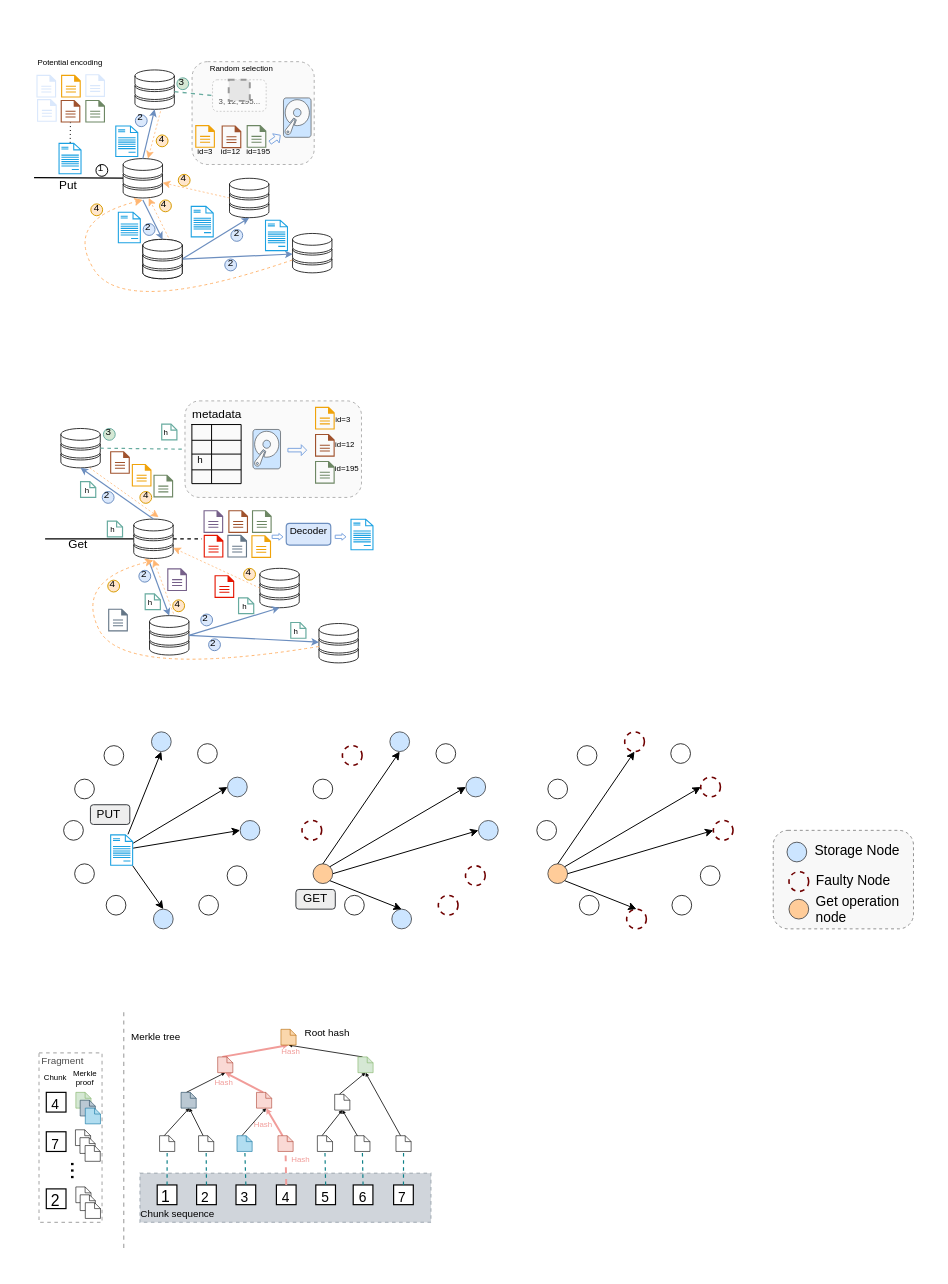
sgdxbc/dddht-paper keeps this draw.io diagram as figures/figures.drawio. Above is the earlier version. Source tidied: cells renumbered, new cells numbered last; positions are measured from the earlier drawing's top-left corner, leaving out a move shared by most shapes. Both pictures are drawn from the tidied source at 197%, with x=0, y=0 at pixel (35, 33). Pictures stored in the file or linked from it are replaced by grey dashed boxes.
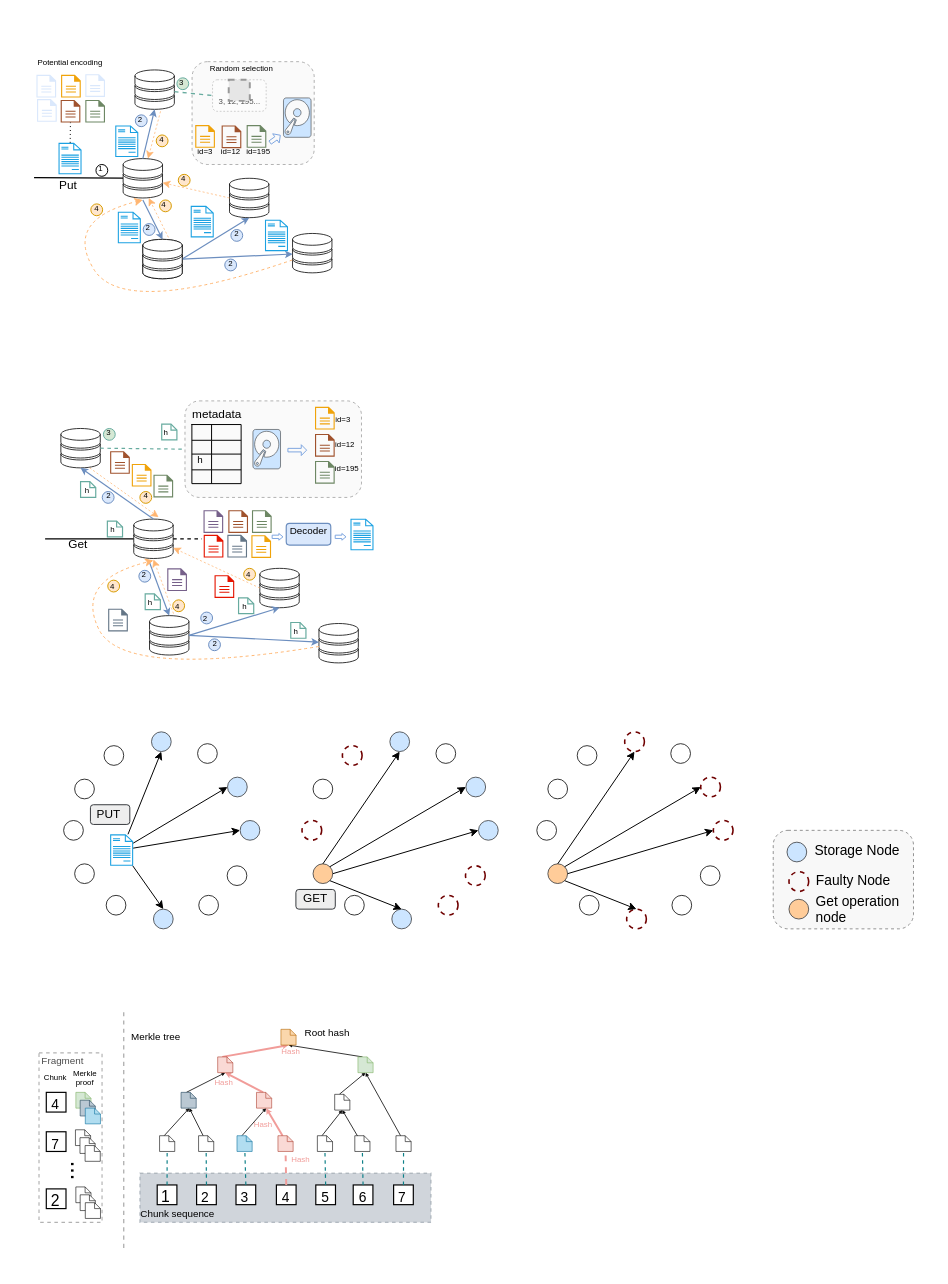
After the change.

Commit message (it also covers changes not shown here):
Update put and get figures

What changed in the source:
```diff
@@
-    <mxCell id="222" value="&lt;font style=&quot;font-size: 5px;&quot;&gt;1&lt;/font&gt;" style="text;html=1;align=center;verticalAlign=middle;whiteSpace=wrap;rounded=0;" parent="1" vertex="1">
-      <mxGeometry x="30.3" y="64" width="6" height="3" as="geometry" />
+    <mxCell id="222" value="&lt;font style=&quot;font-size: 4px;&quot;&gt;1&lt;/font&gt;" style="text;html=1;align=center;verticalAlign=middle;whiteSpace=wrap;rounded=0;fontSize=4;" parent="1" vertex="1">
+      <mxGeometry x="30.3" y="67" width="6" height="3" as="geometry" />
     </mxCell>
@@
-    <mxCell id="225" value="&lt;span style=&quot;font-size: 5px;&quot;&gt;2&lt;/span&gt;" style="text;html=1;align=center;verticalAlign=middle;whiteSpace=wrap;rounded=0;" parent="1" vertex="1">
-      <mxGeometry x="54.3" y="94" width="6" height="3" as="geometry" />
+    <mxCell id="225" value="&lt;span style=&quot;font-size: 4px;&quot;&gt;2&lt;/span&gt;" style="text;html=1;align=center;verticalAlign=middle;whiteSpace=wrap;rounded=0;fontSize=4;" parent="1" vertex="1">
+      <mxGeometry x="54.3" y="97" width="6" height="3" as="geometry" />
     </mxCell>
@@
-    <mxCell id="227" value="&lt;span style=&quot;font-size: 5px;&quot;&gt;2&lt;/span&gt;" style="text;html=1;align=center;verticalAlign=middle;whiteSpace=wrap;rounded=0;" parent="1" vertex="1">
-      <mxGeometry x="95.8" y="112.5" width="6" height="3" as="geometry" />
+    <mxCell id="227" value="&lt;span style=&quot;font-size: 4px;&quot;&gt;2&lt;/span&gt;" style="text;html=1;align=center;verticalAlign=middle;whiteSpace=wrap;rounded=0;fontSize=4;" parent="1" vertex="1">
+      <mxGeometry x="95.8" y="115.5" width="6" height="3" as="geometry" />
     </mxCell>
@@
-    <mxCell id="229" value="&lt;span style=&quot;font-size: 5px;&quot;&gt;2&lt;/span&gt;" style="text;html=1;align=center;verticalAlign=middle;whiteSpace=wrap;rounded=0;" parent="1" vertex="1">
-      <mxGeometry x="98.5" y="97" width="6" height="3" as="geometry" />
+    <mxCell id="229" value="&lt;span style=&quot;font-size: 4px;&quot;&gt;2&lt;/span&gt;" style="text;html=1;align=center;verticalAlign=middle;whiteSpace=wrap;rounded=0;fontSize=4;" parent="1" vertex="1">
+      <mxGeometry x="98.5" y="100" width="6" height="3" as="geometry" />
     </mxCell>
@@
-    <mxCell id="231" value="&lt;span style=&quot;font-size: 5px;&quot;&gt;2&lt;/span&gt;" style="text;html=1;align=center;verticalAlign=middle;whiteSpace=wrap;rounded=0;" parent="1" vertex="1">
-      <mxGeometry x="50" y="38.8" width="6" height="3" as="geometry" />
+    <mxCell id="231" value="&lt;span style=&quot;font-size: 4px;&quot;&gt;2&lt;/span&gt;" style="text;html=1;align=center;verticalAlign=middle;whiteSpace=wrap;rounded=0;fontSize=4;" parent="1" vertex="1">
+      <mxGeometry x="50" y="41.9" width="6" height="4.1" as="geometry" />
     </mxCell>
@@
-    <mxCell id="233" value="&lt;span style=&quot;font-size: 5px;&quot;&gt;4&lt;/span&gt;" style="text;html=1;align=center;verticalAlign=middle;whiteSpace=wrap;rounded=0;" parent="1" vertex="1">
-      <mxGeometry x="28" y="84" width="6" height="3" as="geometry" />
+    <mxCell id="233" value="&lt;span style=&quot;font-size: 4px;&quot;&gt;4&lt;/span&gt;" style="text;html=1;align=center;verticalAlign=middle;whiteSpace=wrap;rounded=0;fontSize=4;" parent="1" vertex="1">
+      <mxGeometry x="27.5" y="87" width="6" height="3" as="geometry" />
     </mxCell>
@@
-    <mxCell id="235" value="&lt;span style=&quot;font-size: 5px;&quot;&gt;4&lt;/span&gt;" style="text;html=1;align=center;verticalAlign=middle;whiteSpace=wrap;rounded=0;" parent="1" vertex="1">
-      <mxGeometry x="61.9" y="82" width="6" height="3" as="geometry" />
+    <mxCell id="235" value="&lt;span style=&quot;font-size: 4px;&quot;&gt;4&lt;/span&gt;" style="text;html=1;align=center;verticalAlign=middle;whiteSpace=wrap;rounded=0;fontSize=4;" parent="1" vertex="1">
+      <mxGeometry x="61.9" y="85" width="6" height="3" as="geometry" />
     </mxCell>
@@
-    <mxCell id="237" value="&lt;span style=&quot;font-size: 5px;&quot;&gt;4&lt;/span&gt;" style="text;html=1;align=center;verticalAlign=middle;whiteSpace=wrap;rounded=0;" parent="1" vertex="1">
-      <mxGeometry x="72.4" y="69" width="6" height="3" as="geometry" />
+    <mxCell id="237" value="&lt;span style=&quot;font-size: 4px;&quot;&gt;4&lt;/span&gt;" style="text;html=1;align=center;verticalAlign=middle;whiteSpace=wrap;rounded=0;fontSize=4;" parent="1" vertex="1">
+      <mxGeometry x="72.4" y="72" width="6" height="3" as="geometry" />
     </mxCell>
@@
-    <mxCell id="239" value="&lt;span style=&quot;font-size: 5px;&quot;&gt;4&lt;/span&gt;" style="text;html=1;align=center;verticalAlign=middle;whiteSpace=wrap;rounded=0;" parent="1" vertex="1">
-      <mxGeometry x="61.3" y="49" width="6" height="3" as="geometry" />
+    <mxCell id="239" value="&lt;span style=&quot;font-size: 4px;&quot;&gt;4&lt;/span&gt;" style="text;html=1;align=center;verticalAlign=middle;whiteSpace=wrap;rounded=0;fontSize=4;" parent="1" vertex="1">
+      <mxGeometry x="61.3" y="52" width="6" height="3" as="geometry" />
     </mxCell>
@@
-    <mxCell id="243" value="&lt;span style=&quot;font-size: 5px;&quot;&gt;3&lt;/span&gt;" style="text;html=1;align=center;verticalAlign=middle;whiteSpace=wrap;rounded=0;" parent="1" vertex="1">
-      <mxGeometry x="70.8" y="20" width="6" height="3" as="geometry" />
+    <mxCell id="243" value="&lt;span style=&quot;font-size: 4px;&quot;&gt;3&lt;/span&gt;" style="text;html=1;align=center;verticalAlign=middle;whiteSpace=wrap;rounded=0;fontSize=4;" parent="1" vertex="1">
+      <mxGeometry x="70.6" y="23.5" width="6" height="3" as="geometry" />
     </mxCell>
@@
-    <mxCell id="245" value="&lt;span style=&quot;font-size: 5px;&quot;&gt;3&lt;/span&gt;" style="text;html=1;align=center;verticalAlign=middle;whiteSpace=wrap;rounded=0;" parent="1" vertex="1">
-      <mxGeometry x="34.4" y="198" width="6" height="3" as="geometry" />
+    <mxCell id="245" value="&lt;span style=&quot;font-size: 4px;&quot;&gt;3&lt;/span&gt;" style="text;html=1;align=center;verticalAlign=middle;whiteSpace=wrap;rounded=0;fontSize=4;" parent="1" vertex="1">
+      <mxGeometry x="34.4" y="201" width="6" height="3" as="geometry" />
     </mxCell>
@@
-    <mxCell id="247" value="&lt;span style=&quot;font-size: 5px;&quot;&gt;2&lt;/span&gt;" style="text;html=1;align=center;verticalAlign=middle;whiteSpace=wrap;rounded=0;" parent="1" vertex="1">
-      <mxGeometry x="32.6" y="230.5" width="6" height="3" as="geometry" />
+    <mxCell id="247" value="&lt;span style=&quot;font-size: 4px;&quot;&gt;2&lt;/span&gt;" style="text;html=1;align=center;verticalAlign=middle;whiteSpace=wrap;rounded=0;fontSize=4;" parent="1" vertex="1">
+      <mxGeometry x="34.4" y="233.1" width="6" height="3" as="geometry" />
     </mxCell>
@@
-    <mxCell id="249" value="&lt;span style=&quot;font-size: 5px;&quot;&gt;4&lt;/span&gt;" style="text;html=1;align=center;verticalAlign=middle;whiteSpace=wrap;rounded=0;" parent="1" vertex="1">
-      <mxGeometry x="52.9" y="230" width="6" height="3" as="geometry" />
+    <mxCell id="249" value="&lt;span style=&quot;font-size: 4px;&quot;&gt;4&lt;/span&gt;" style="text;html=1;align=center;verticalAlign=middle;whiteSpace=wrap;rounded=0;fontSize=4;" parent="1" vertex="1">
+      <mxGeometry x="53" y="233.5" width="6" height="3" as="geometry" />
     </mxCell>
@@
-    <mxCell id="251" value="&lt;span style=&quot;font-size: 5px;&quot;&gt;2&lt;/span&gt;" style="text;html=1;align=center;verticalAlign=middle;whiteSpace=wrap;rounded=0;" parent="1" vertex="1">
-      <mxGeometry x="52.2" y="270.5" width="6" height="3" as="geometry" />
+    <mxCell id="251" value="&lt;span style=&quot;font-size: 4px;&quot;&gt;2&lt;/span&gt;" style="text;html=1;align=center;verticalAlign=middle;whiteSpace=wrap;rounded=0;fontSize=4;" parent="1" vertex="1">
+      <mxGeometry x="52.2" y="273.5" width="6" height="3" as="geometry" />
     </mxCell>
@@
-    <mxCell id="253" value="&lt;span style=&quot;font-size: 5px;&quot;&gt;2&lt;/span&gt;" style="text;html=1;align=center;verticalAlign=middle;whiteSpace=wrap;rounded=0;" parent="1" vertex="1">
-      <mxGeometry x="86.6" y="305.2" width="6" height="3" as="geometry" />
+    <mxCell id="253" value="&lt;span style=&quot;font-size: 4px;&quot;&gt;2&lt;/span&gt;" style="text;html=1;align=center;verticalAlign=middle;whiteSpace=wrap;rounded=0;fontSize=4;" parent="1" vertex="1">
+      <mxGeometry x="87.6" y="308.2" width="6" height="3" as="geometry" />
     </mxCell>
     <mxCell id="254" style="ellipse;whiteSpace=wrap;html=1;strokeWidth=0.5;fillColor=#dae8fc;strokeColor=#6c8ebf;" parent="1" vertex="1">
-      <mxGeometry x="83.4" y="294.2" width="6" height="6" as="geometry" />
+      <mxGeometry x="83.4" y="293.2" width="6" height="6" as="geometry" />
     </mxCell>
-    <mxCell id="255" value="&lt;span style=&quot;font-size: 5px;&quot;&gt;2&lt;/span&gt;" style="text;html=1;align=center;verticalAlign=middle;whiteSpace=wrap;rounded=0;" parent="1" vertex="1">
-      <mxGeometry x="82.6" y="292.8" width="6" height="3" as="geometry" />
+    <mxCell id="255" value="&lt;span style=&quot;font-size: 4px;&quot;&gt;2&lt;/span&gt;" style="text;html=1;align=center;verticalAlign=middle;whiteSpace=wrap;rounded=0;fontSize=4;" parent="1" vertex="1">
+      <mxGeometry x="82.6" y="295.8" width="6" height="3" as="geometry" />
     </mxCell>
@@
-    <mxCell id="257" value="&lt;span style=&quot;font-size: 5px;&quot;&gt;4&lt;/span&gt;" style="text;html=1;align=center;verticalAlign=middle;whiteSpace=wrap;rounded=0;" parent="1" vertex="1">
-      <mxGeometry x="35.6" y="275" width="6" height="3" as="geometry" />
+    <mxCell id="257" value="&lt;span style=&quot;font-size: 4px;&quot;&gt;4&lt;/span&gt;" style="text;html=1;align=center;verticalAlign=middle;whiteSpace=wrap;rounded=0;fontSize=4;" parent="1" vertex="1">
+      <mxGeometry x="35.6" y="279" width="6" height="3" as="geometry" />
     </mxCell>
@@
-    <mxCell id="259" value="&lt;span style=&quot;font-size: 5px;&quot;&gt;4&lt;/span&gt;" style="text;html=1;align=center;verticalAlign=middle;whiteSpace=wrap;rounded=0;" parent="1" vertex="1">
-      <mxGeometry x="68.6" y="285" width="6" height="3" as="geometry" />
+    <mxCell id="259" value="&lt;span style=&quot;font-size: 4px;&quot;&gt;4&lt;/span&gt;" style="text;html=1;align=center;verticalAlign=middle;whiteSpace=wrap;rounded=0;fontSize=4;" parent="1" vertex="1">
+      <mxGeometry x="68.6" y="289" width="6" height="3" as="geometry" />
     </mxCell>
@@
-    <mxCell id="261" value="&lt;span style=&quot;font-size: 5px;&quot;&gt;4&lt;/span&gt;" style="text;html=1;align=center;verticalAlign=middle;whiteSpace=wrap;rounded=0;" parent="1" vertex="1">
-      <mxGeometry x="104.6" y="269" width="6" height="3" as="geometry" />
+    <mxCell id="261" value="&lt;span style=&quot;font-size: 4px;&quot;&gt;4&lt;/span&gt;" style="text;html=1;align=center;verticalAlign=middle;whiteSpace=wrap;rounded=0;fontSize=4;" parent="1" vertex="1">
+      <mxGeometry x="104.6" y="273" width="6" height="3" as="geometry" />
     </mxCell>
```
